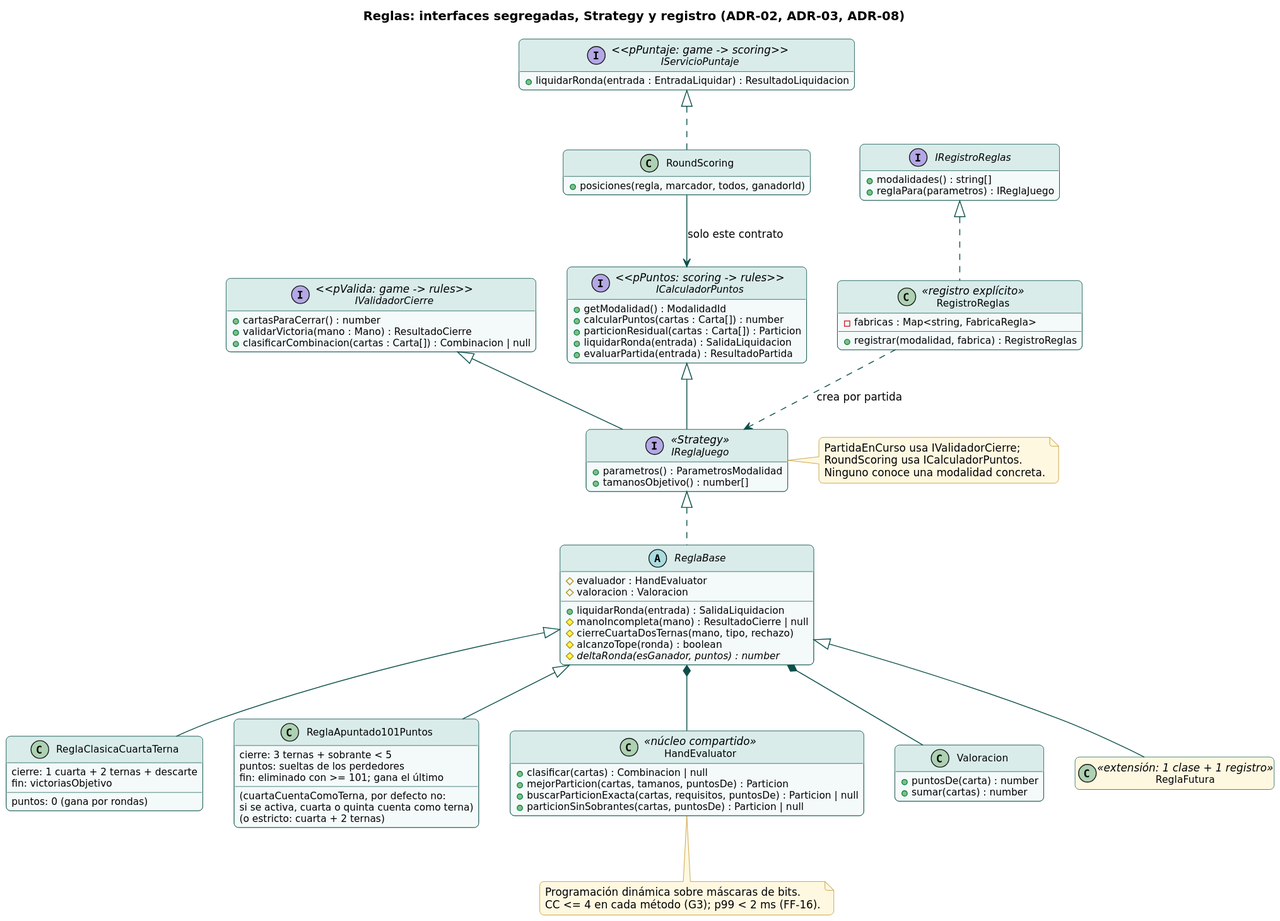
ValentinaLujan12/FAS-Entregable02 keeps this PlantUML diagram as docs/uml/render/04_clases_reglas_strategy.svg. Above is the earlier version.
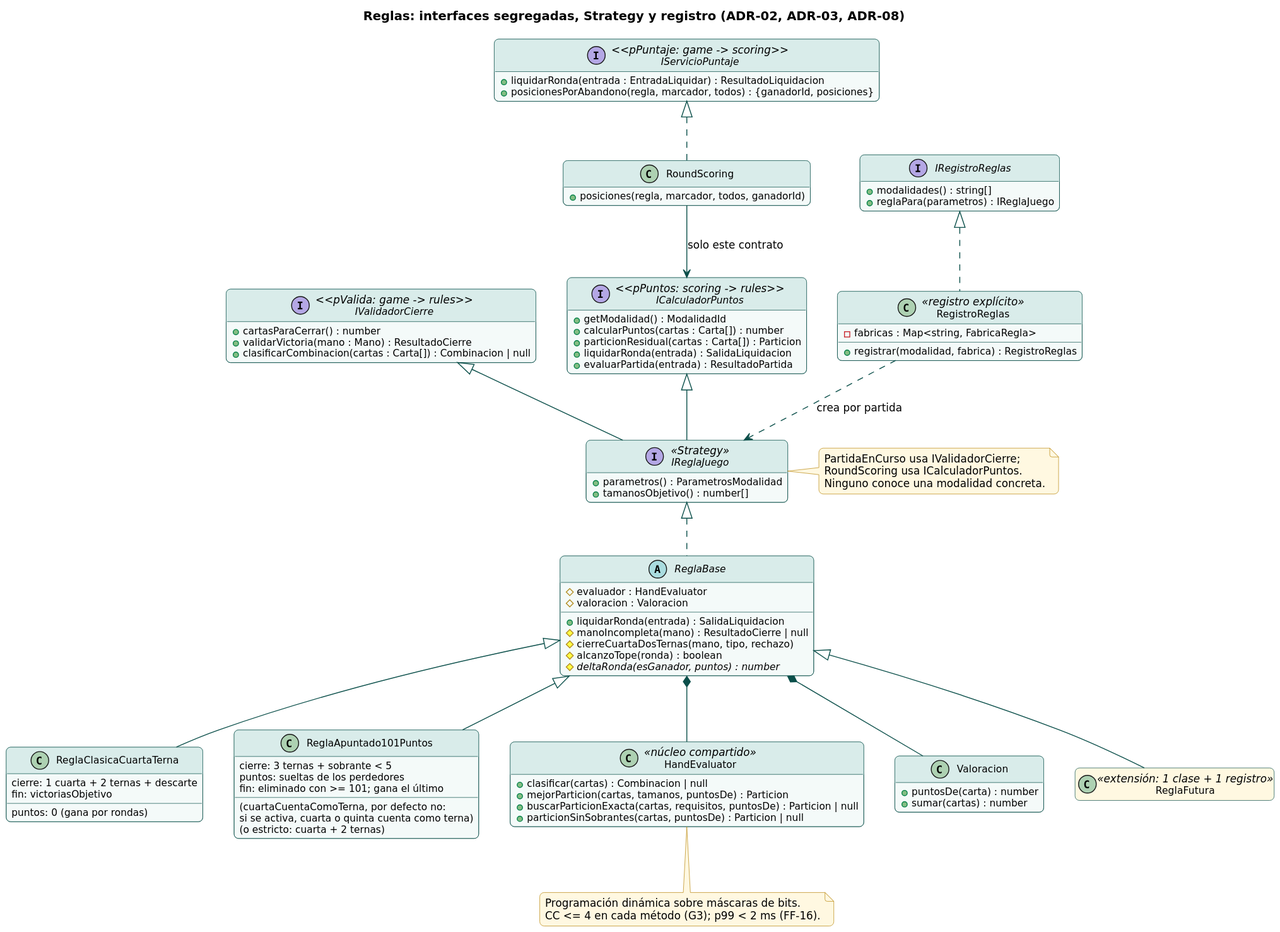
Above is the later version.

Change to the diagram source:
```diff
@@ -61,6 +61,7 @@
 }
 interface IServicioPuntaje <<pPuntaje: game -> scoring>> {
   +liquidarRonda(entrada : EntradaLiquidar) : ResultadoLiquidacion
+  +posicionesPorAbandono(regla, marcador, todos) : {ganadorId, posiciones}
 }
 class RoundScoring {
   +posiciones(regla, marcador, todos, ganadorId)
```
